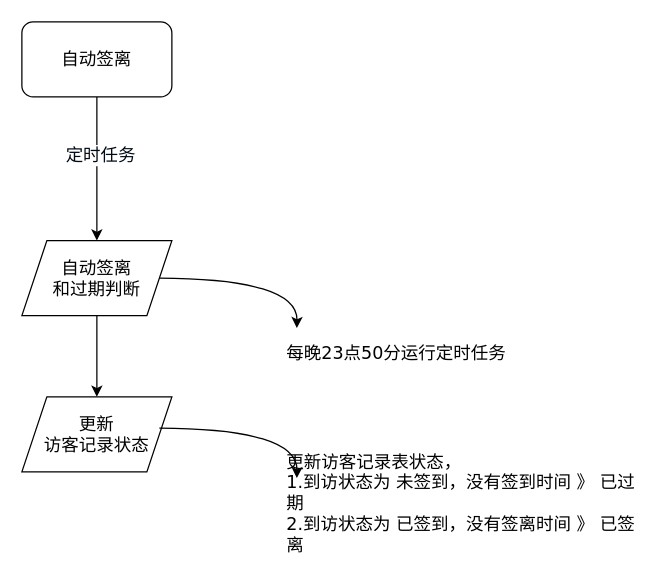
Earlier version of the draw.io diagram page "访客记录自动过期细化-自动过期" (7 of 11) of 访客功能-线下平台和设备交互流程.drawio (chwnjianhui/draw.io). Source tidied: cells renumbered, new cells numbered last; positions are measured from the earlier drawing's top-left corner, leaving out a move shared by most shapes. Both pictures are drawn from the tidied source at 125%, with x=0, y=0 at pixel (21, 21).
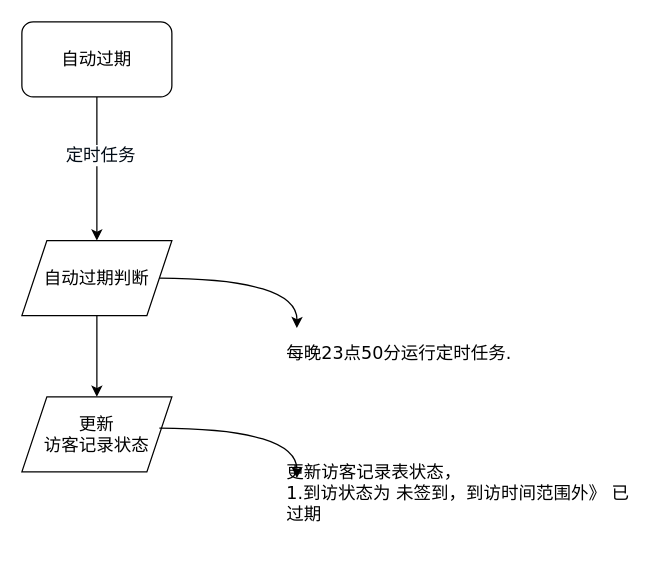
The same diagram, later.

The edit, as a diff of the source:
```diff
@@
 <mxGraphModel>
   <root>
     <mxCell id="0" />
     <mxCell id="1" parent="0" />
     <mxCell id="2" style="edgeStyle=orthogonalEdgeStyle;rounded=0;jettySize=auto;html=1;fontSize=14;fontStyle=0;" parent="1" edge="1" source="4" target="6">
       <mxGeometry relative="1" as="geometry" />
     </mxCell>
     <mxCell id="3" value="定时任务" style="edgeLabel;html=1;align=center;verticalAlign=middle;fontSize=14;fontColor=#000A14;" parent="2" vertex="1">
       <mxGeometry x="-0.2" y="2" relative="1" as="geometry" />
     </mxCell>
-    <mxCell id="4" value="自动签离" style="rounded=1;whiteSpace=wrap;html=1;fontSize=14;fillColor=#FFFFFF;" parent="1" vertex="1">
+    <mxCell id="4" value="自动过期" style="rounded=1;whiteSpace=wrap;html=1;fontSize=14;fillColor=#FFFFFF;" parent="1" vertex="1">
       <mxGeometry width="120" height="60" as="geometry" />
     </mxCell>
     <mxCell id="5" style="edgeStyle=orthogonalEdgeStyle;curved=1;rounded=0;jettySize=auto;html=1;fontSize=14;" parent="1" edge="1" source="6" target="7">
       <mxGeometry relative="1" as="geometry" />
     </mxCell>
-    <mxCell id="6" value="自动签离&lt;br&gt;和过期判断" style="shape=parallelogram;perimeter=parallelogramPerimeter;whiteSpace=wrap;html=1;fixedSize=1;fontSize=14;fillColor=#FFFFFF;" parent="1" vertex="1">
+    <mxCell id="6" value="自动过期判断" style="shape=parallelogram;perimeter=parallelogramPerimeter;whiteSpace=wrap;html=1;fixedSize=1;fontSize=14;fillColor=#FFFFFF;" parent="1" vertex="1">
       <mxGeometry y="175" width="120" height="60" as="geometry" />
     </mxCell>
     <mxCell id="7" value="更新&lt;br&gt;访客记录状态" style="shape=parallelogram;perimeter=parallelogramPerimeter;whiteSpace=wrap;html=1;fixedSize=1;fontSize=14;fillColor=#FFFFFF;" parent="1" vertex="1">
       <mxGeometry y="300" width="120" height="60" as="geometry" />
     </mxCell>
     <mxCell id="8" style="edgeStyle=orthogonalEdgeStyle;curved=1;rounded=0;orthogonalLoop=1;jettySize=auto;html=1;exitX=1;exitY=0.5;exitDx=0;exitDy=0;entryX=0;entryY=0.5;entryDx=0;entryDy=0;fontSize=14;" parent="1" edge="1">
       <mxGeometry relative="1" as="geometry">
         <mxPoint x="110" y="205" as="sourcePoint" />
         <mxPoint x="220" y="245" as="targetPoint" />
       </mxGeometry>
     </mxCell>
-    <mxCell id="9" value="&lt;span style=&quot;font-family: Verdana; font-size: 14px;&quot;&gt;每晚23点50分运行定时任务&lt;/span&gt;&lt;span style=&quot;font-family: Verdana; font-size: 14px;&quot;&gt;&lt;br style=&quot;font-size: 14px;&quot;&gt;&lt;/span&gt;" style="text;html=1;strokeColor=none;fillColor=none;align=left;verticalAlign=middle;whiteSpace=wrap;rounded=0;fontSize=14;" parent="1" vertex="1">
+    <mxCell id="9" value="&lt;span style=&quot;font-family: Verdana; font-size: 14px;&quot;&gt;每晚23点50分运行定时任务.&lt;/span&gt;&lt;span style=&quot;font-family: Verdana; font-size: 14px;&quot;&gt;&lt;br style=&quot;font-size: 14px;&quot;&gt;&lt;/span&gt;" style="text;html=1;strokeColor=none;fillColor=none;align=left;verticalAlign=middle;whiteSpace=wrap;rounded=0;fontSize=14;" parent="1" vertex="1">
       <mxGeometry x="210" y="245" width="200" height="40" as="geometry" />
     </mxCell>
     <mxCell id="10" style="edgeStyle=orthogonalEdgeStyle;curved=1;rounded=0;orthogonalLoop=1;jettySize=auto;html=1;exitX=1;exitY=0.5;exitDx=0;exitDy=0;entryX=0;entryY=0.5;entryDx=0;entryDy=0;fontSize=14;" parent="1" edge="1">
       <mxGeometry relative="1" as="geometry">
         <mxPoint x="110" y="325" as="sourcePoint" />
         <mxPoint x="220" y="365" as="targetPoint" />
       </mxGeometry>
     </mxCell>
-    <mxCell id="11" value="&lt;span style=&quot;font-family: Verdana;&quot;&gt;更新访客记录表状态，&lt;br&gt;&lt;/span&gt;&lt;span style=&quot;font-family: Verdana; font-size: 14px;&quot;&gt;1.到访状态为 未签到，没有签到时间 》 已过期&lt;br&gt;2.&lt;/span&gt;&lt;span style=&quot;font-family: Verdana;&quot;&gt;到访状态为&amp;nbsp;&lt;/span&gt;&lt;span style=&quot;font-family: Verdana; font-size: 14px;&quot;&gt;已签到，没有签离时间 》 已签离&lt;br style=&quot;font-size: 14px;&quot;&gt;&lt;/span&gt;" style="text;html=1;strokeColor=none;fillColor=none;align=left;verticalAlign=middle;whiteSpace=wrap;rounded=0;fontSize=14;" parent="1" vertex="1">
+    <mxCell id="11" value="&lt;span style=&quot;font-family: Verdana;&quot;&gt;更新访客记录表状态，&lt;br&gt;&lt;/span&gt;&lt;span style=&quot;font-family: Verdana; font-size: 14px;&quot;&gt;1.到访状态为 未签到，到访时间范围外》 已过期&lt;br&gt;&lt;/span&gt;&lt;span style=&quot;font-family: Verdana; font-size: 14px;&quot;&gt;&lt;br style=&quot;font-size: 14px;&quot;&gt;&lt;/span&gt;" style="text;html=1;strokeColor=none;fillColor=none;align=left;verticalAlign=middle;whiteSpace=wrap;rounded=0;fontSize=14;" parent="1" vertex="1">
       <mxGeometry x="210" y="365" width="290" height="40" as="geometry" />
     </mxCell>
   </root>
 </mxGraphModel>
```
